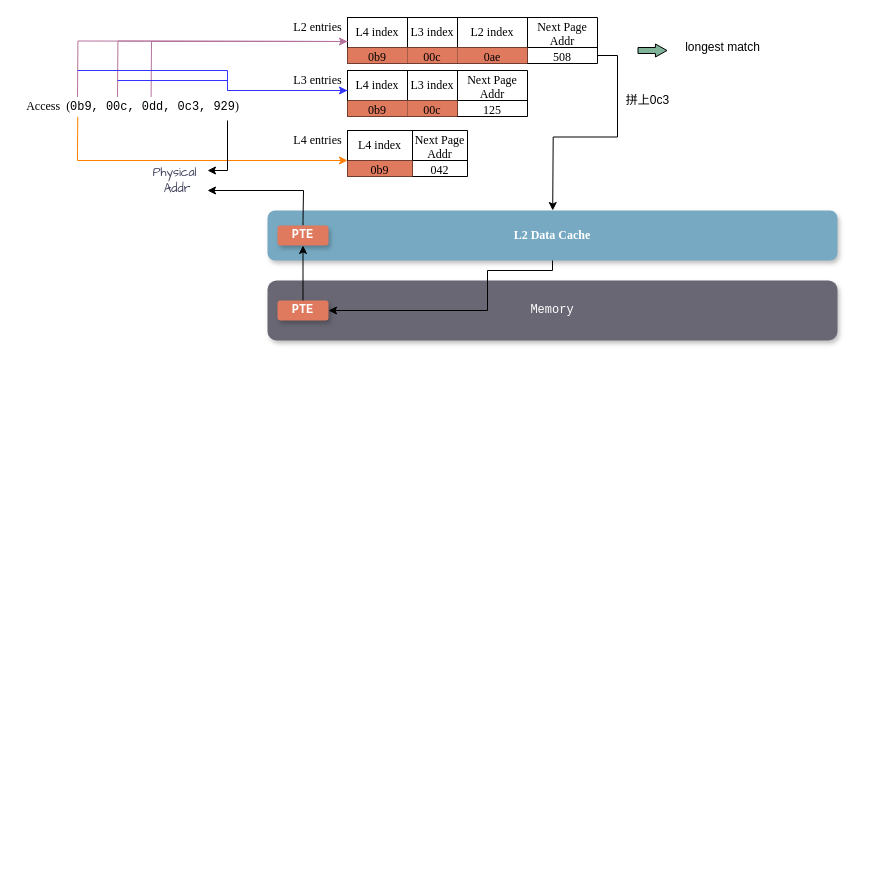
Earlier version of the draw.io diagram page "TranslationCache" (3 of 3) of paper Diagram.drawio (miaochenlu/Draw). Source tidied: cells renumbered, new cells numbered last; positions are measured from the earlier drawing's top-left corner, leaving out a move shared by most shapes. Both pictures are drawn from the tidied source at 100%, with x=0, y=0 at pixel (17, 17).
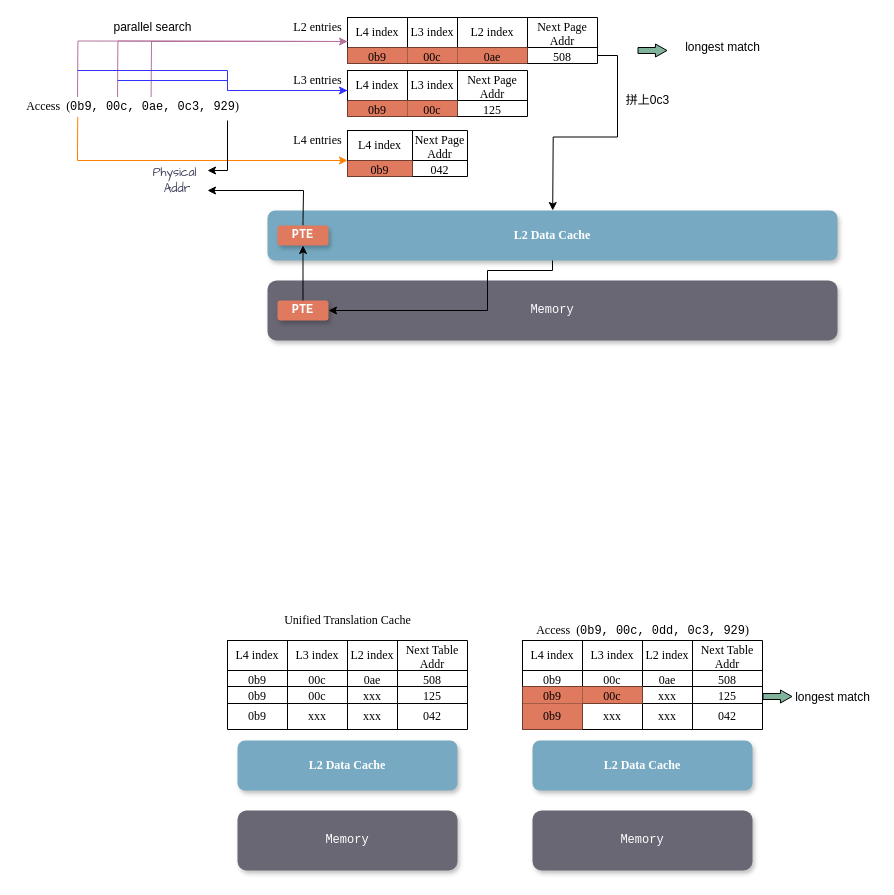
The same page after the edit.

Diff of the diagram source:
```diff
@@
-    <mxCell id="4" value="Access&amp;nbsp;&amp;nbsp;&lt;span style=&quot;font-size: 8.96638pt&quot;&gt;(&lt;/span&gt;&lt;span style=&quot;font-family: Courier; font-size: 8.96638pt; background-color: initial;&quot;&gt;0b9,&amp;nbsp;&lt;/span&gt;&lt;span style=&quot;font-family: Courier; font-size: 8.96638pt; background-color: initial;&quot;&gt;00c, 0dd, 0c3, 929&lt;/span&gt;&lt;span style=&quot;font-size: 8.96638pt&quot;&gt;)&lt;/span&gt;" style="text;html=1;align=center;verticalAlign=middle;points=[];strokeColor=none;fillColor=none;fontFamily=Times New Roman;" parent="1" vertex="1">
+    <mxCell id="4" value="Access&amp;nbsp;&amp;nbsp;&lt;span style=&quot;font-size: 8.96638pt&quot;&gt;(&lt;/span&gt;&lt;span style=&quot;font-family: Courier; font-size: 8.96638pt; background-color: initial;&quot;&gt;0b9,&amp;nbsp;&lt;/span&gt;&lt;span style=&quot;font-family: Courier; font-size: 8.96638pt; background-color: initial;&quot;&gt;00c, 0ae, 0c3, 929&lt;/span&gt;&lt;span style=&quot;font-size: 8.96638pt&quot;&gt;)&lt;/span&gt;" style="text;html=1;align=center;verticalAlign=middle;points=[];strokeColor=none;fillColor=none;fontFamily=Times New Roman;" parent="1" vertex="1">
       <mxGeometry y="79" width="230" height="20" as="geometry" />
     </mxCell>
@@
+    <mxCell id="52" value="parallel search" style="text;html=1;align=center;verticalAlign=middle;strokeColor=none;fillColor=none;fontColor=#000000;" parent="1" vertex="1">
+      <mxGeometry x="90" width="90" height="20" as="geometry" />
+    </mxCell>
+    <mxCell id="53" value="&lt;font color=&quot;#ffffff&quot;&gt;L2 Data Cache&lt;/font&gt;" style="rounded=1;whiteSpace=wrap;html=1;strokeColor=none;shadow=1;glass=0;comic=0;gradientColor=none;fillColor=#77aac2;fontFamily=Times New Roman;fontColor=#FFFFFF;fontStyle=1;" parent="1" vertex="1">
+      <mxGeometry x="220" y="723" width="220" height="50" as="geometry" />
+    </mxCell>
+    <mxCell id="54" style="shape=table;html=1;whiteSpace=wrap;startSize=0;childLayout=tableLayout;fontFamily=Times New Roman;" parent="1" vertex="1">
+      <mxGeometry x="210" y="623" width="240" height="89" as="geometry" />
+    </mxCell>
+    <mxCell id="55" style="shape=tableRow;horizontal=0;startSize=0;swimlaneHead=0;swimlaneBody=0;top=0;left=0;bottom=0;right=0;fillColor=none;fontFamily=Times New Roman;" parent="54" vertex="1">
+      <mxGeometry width="240" height="30" as="geometry" />
+    </mxCell>
+    <mxCell id="56" value="L4 index" style="shape=partialRectangle;html=1;whiteSpace=wrap;fillColor=none;top=0;left=0;bottom=0;right=0;overflow=hidden;fontFamily=Times New Roman;" parent="55" vertex="1">
+      <mxGeometry width="60" height="30" as="geometry" />
+    </mxCell>
+    <mxCell id="57" value="L3 index" style="shape=partialRectangle;html=1;whiteSpace=wrap;fillColor=none;top=0;left=0;bottom=0;right=0;overflow=hidden;fontFamily=Times New Roman;" parent="55" vertex="1">
+      <mxGeometry x="60" width="60" height="30" as="geometry" />
+    </mxCell>
+    <mxCell id="58" value="L2 index" style="shape=partialRectangle;html=1;whiteSpace=wrap;fillColor=none;top=0;left=0;bottom=0;right=0;overflow=hidden;fontFamily=Times New Roman;" parent="55" vertex="1">
+      <mxGeometry x="120" width="50" height="30" as="geometry" />
+    </mxCell>
+    <mxCell id="59" value="Next Table Addr" style="shape=partialRectangle;html=1;whiteSpace=wrap;fillColor=none;top=0;left=0;bottom=0;right=0;overflow=hidden;fontFamily=Times New Roman;" parent="55" vertex="1">
+      <mxGeometry x="170" width="70" height="30" as="geometry" />
+    </mxCell>
+    <mxCell id="60" style="shape=tableRow;horizontal=0;startSize=0;swimlaneHead=0;swimlaneBody=0;top=0;left=0;bottom=0;right=0;fillColor=none;fontFamily=Times New Roman;" parent="54" vertex="1">
+      <mxGeometry y="30" width="240" height="16" as="geometry" />
+    </mxCell>
+    <mxCell id="61" value="0b9" style="shape=partialRectangle;html=1;whiteSpace=wrap;fillColor=none;top=0;left=0;bottom=0;right=0;overflow=hidden;fontFamily=Times New Roman;" parent="60" vertex="1">
+      <mxGeometry width="60" height="16" as="geometry" />
+    </mxCell>
+    <mxCell id="62" value="00c" style="shape=partialRectangle;html=1;whiteSpace=wrap;fillColor=none;top=0;left=0;bottom=0;right=0;overflow=hidden;fontFamily=Times New Roman;" parent="60" vertex="1">
+      <mxGeometry x="60" width="60" height="16" as="geometry" />
+    </mxCell>
+    <mxCell id="63" value="0ae" style="shape=partialRectangle;html=1;whiteSpace=wrap;fillColor=none;top=0;left=0;bottom=0;right=0;overflow=hidden;fontFamily=Times New Roman;" parent="60" vertex="1">
+      <mxGeometry x="120" width="50" height="16" as="geometry" />
+    </mxCell>
+    <mxCell id="64" value="508" style="shape=partialRectangle;html=1;whiteSpace=wrap;fillColor=none;top=0;left=0;bottom=0;right=0;overflow=hidden;fontFamily=Times New Roman;" parent="60" vertex="1">
+      <mxGeometry x="170" width="70" height="16" as="geometry" />
+    </mxCell>
+    <mxCell id="65" style="shape=tableRow;horizontal=0;startSize=0;swimlaneHead=0;swimlaneBody=0;top=0;left=0;bottom=0;right=0;fillColor=none;fontFamily=Times New Roman;" parent="54" vertex="1">
+      <mxGeometry y="46" width="240" height="17" as="geometry" />
+    </mxCell>
+    <mxCell id="66" value="0b9" style="shape=partialRectangle;html=1;whiteSpace=wrap;fillColor=none;top=0;left=0;bottom=0;right=0;overflow=hidden;fontFamily=Times New Roman;" parent="65" vertex="1">
+      <mxGeometry width="60" height="17" as="geometry" />
+    </mxCell>
+    <mxCell id="67" value="00c" style="shape=partialRectangle;html=1;whiteSpace=wrap;fillColor=none;top=0;left=0;bottom=0;right=0;overflow=hidden;fontFamily=Times New Roman;" parent="65" vertex="1">
+      <mxGeometry x="60" width="60" height="17" as="geometry" />
+    </mxCell>
+    <mxCell id="68" value="xxx" style="shape=partialRectangle;html=1;whiteSpace=wrap;fillColor=none;top=0;left=0;bottom=0;right=0;overflow=hidden;fontFamily=Times New Roman;" parent="65" vertex="1">
+      <mxGeometry x="120" width="50" height="17" as="geometry" />
+    </mxCell>
+    <mxCell id="69" value="125" style="shape=partialRectangle;html=1;whiteSpace=wrap;fillColor=none;top=0;left=0;bottom=0;right=0;overflow=hidden;fontFamily=Times New Roman;" parent="65" vertex="1">
+      <mxGeometry x="170" width="70" height="17" as="geometry" />
+    </mxCell>
+    <mxCell id="70" style="shape=tableRow;horizontal=0;startSize=0;swimlaneHead=0;swimlaneBody=0;top=0;left=0;bottom=0;right=0;fillColor=none;fontFamily=Times New Roman;" parent="54" vertex="1">
+      <mxGeometry y="63" width="240" height="26" as="geometry" />
+    </mxCell>
+    <mxCell id="71" value="0b9" style="shape=partialRectangle;html=1;whiteSpace=wrap;fillColor=none;top=0;left=0;bottom=0;right=0;overflow=hidden;fontFamily=Times New Roman;" parent="70" vertex="1">
+      <mxGeometry width="60" height="26" as="geometry" />
+    </mxCell>
+    <mxCell id="72" value="xxx" style="shape=partialRectangle;html=1;whiteSpace=wrap;fillColor=none;top=0;left=0;bottom=0;right=0;overflow=hidden;fontFamily=Times New Roman;" parent="70" vertex="1">
+      <mxGeometry x="60" width="60" height="26" as="geometry" />
+    </mxCell>
+    <mxCell id="73" value="xxx" style="shape=partialRectangle;html=1;whiteSpace=wrap;fillColor=none;top=0;left=0;bottom=0;right=0;overflow=hidden;fontFamily=Times New Roman;" parent="70" vertex="1">
+      <mxGeometry x="120" width="50" height="26" as="geometry" />
+    </mxCell>
+    <mxCell id="74" value="042" style="shape=partialRectangle;html=1;whiteSpace=wrap;fillColor=none;top=0;left=0;bottom=0;right=0;overflow=hidden;fontFamily=Times New Roman;" parent="70" vertex="1">
+      <mxGeometry x="170" width="70" height="26" as="geometry" />
+    </mxCell>
+    <mxCell id="75" value="Unified Translation Cache" style="text;html=1;align=center;verticalAlign=middle;strokeColor=none;fillColor=none;fontFamily=Times New Roman;" parent="1" vertex="1">
+      <mxGeometry x="260" y="593" width="140" height="20" as="geometry" />
+    </mxCell>
+    <mxCell id="76" value="&lt;font color=&quot;#ffffff&quot;&gt;L2 Data Cache&lt;/font&gt;" style="rounded=1;whiteSpace=wrap;html=1;strokeColor=none;shadow=1;glass=0;comic=0;gradientColor=none;fillColor=#77aac2;fontFamily=Times New Roman;fontColor=#FFFFFF;fontStyle=1;" parent="1" vertex="1">
+      <mxGeometry x="515" y="723" width="220" height="50" as="geometry" />
+    </mxCell>
+    <mxCell id="77" style="shape=flexArrow;endArrow=classic;html=1;rounded=0;fontFamily=Times New Roman;width=6;endSize=3.52;endWidth=6;fillColor=#81B29A;" parent="1" edge="1">
+      <mxGeometry relative="1" as="geometry">
+        <mxPoint x="745" y="679" as="sourcePoint" />
+        <mxPoint x="775" y="679" as="targetPoint" />
+      </mxGeometry>
+    </mxCell>
+    <mxCell id="78" value="Memory" style="rounded=1;whiteSpace=wrap;html=1;fillColor=#696773;strokeColor=none;shadow=1;glass=0;comic=0;gradientColor=none;fontFamily=Courier New;fontColor=#FFFFFF;" parent="1" vertex="1">
+      <mxGeometry x="220" y="793" width="220" height="60" as="geometry" />
+    </mxCell>
+    <mxCell id="79" value="Memory" style="rounded=1;whiteSpace=wrap;html=1;fillColor=#696773;strokeColor=none;shadow=1;glass=0;comic=0;gradientColor=none;fontFamily=Courier New;fontColor=#FFFFFF;" parent="1" vertex="1">
+      <mxGeometry x="515" y="793" width="220" height="60" as="geometry" />
+    </mxCell>
+    <mxCell id="80" style="shape=table;html=1;whiteSpace=wrap;startSize=0;childLayout=tableLayout;fontFamily=Times New Roman;" parent="1" vertex="1">
+      <mxGeometry x="505" y="623" width="240" height="89" as="geometry" />
+    </mxCell>
+    <mxCell id="81" style="shape=tableRow;horizontal=0;startSize=0;swimlaneHead=0;swimlaneBody=0;top=0;left=0;bottom=0;right=0;fillColor=none;fontFamily=Times New Roman;" parent="80" vertex="1">
+      <mxGeometry width="240" height="30" as="geometry" />
+    </mxCell>
+    <mxCell id="82" value="L4 index" style="shape=partialRectangle;html=1;whiteSpace=wrap;fillColor=none;top=0;left=0;bottom=0;right=0;overflow=hidden;fontFamily=Times New Roman;" parent="81" vertex="1">
+      <mxGeometry width="60" height="30" as="geometry" />
+    </mxCell>
+    <mxCell id="83" value="L3 index" style="shape=partialRectangle;html=1;whiteSpace=wrap;fillColor=none;top=0;left=0;bottom=0;right=0;overflow=hidden;fontFamily=Times New Roman;" parent="81" vertex="1">
+      <mxGeometry x="60" width="60" height="30" as="geometry" />
+    </mxCell>
+    <mxCell id="84" value="L2 index" style="shape=partialRectangle;html=1;whiteSpace=wrap;fillColor=none;top=0;left=0;bottom=0;right=0;overflow=hidden;fontFamily=Times New Roman;" parent="81" vertex="1">
+      <mxGeometry x="120" width="50" height="30" as="geometry" />
+    </mxCell>
+    <mxCell id="85" value="Next Table Addr" style="shape=partialRectangle;html=1;whiteSpace=wrap;fillColor=none;top=0;left=0;bottom=0;right=0;overflow=hidden;fontFamily=Times New Roman;" parent="81" vertex="1">
+      <mxGeometry x="170" width="70" height="30" as="geometry" />
+    </mxCell>
+    <mxCell id="86" style="shape=tableRow;horizontal=0;startSize=0;swimlaneHead=0;swimlaneBody=0;top=0;left=0;bottom=0;right=0;fillColor=none;fontFamily=Times New Roman;" parent="80" vertex="1">
+      <mxGeometry y="30" width="240" height="16" as="geometry" />
+    </mxCell>
+    <mxCell id="87" value="0b9" style="shape=partialRectangle;html=1;whiteSpace=wrap;fillColor=none;top=0;left=0;bottom=0;right=0;overflow=hidden;fontFamily=Times New Roman;" parent="86" vertex="1">
+      <mxGeometry width="60" height="16" as="geometry" />
+    </mxCell>
+    <mxCell id="88" value="00c" style="shape=partialRectangle;html=1;whiteSpace=wrap;fillColor=none;top=0;left=0;bottom=0;right=0;overflow=hidden;fontFamily=Times New Roman;" parent="86" vertex="1">
+      <mxGeometry x="60" width="60" height="16" as="geometry" />
+    </mxCell>
+    <mxCell id="89" value="0ae" style="shape=partialRectangle;html=1;whiteSpace=wrap;fillColor=none;top=0;left=0;bottom=0;right=0;overflow=hidden;fontFamily=Times New Roman;" parent="86" vertex="1">
+      <mxGeometry x="120" width="50" height="16" as="geometry" />
+    </mxCell>
+    <mxCell id="90" value="508" style="shape=partialRectangle;html=1;whiteSpace=wrap;fillColor=none;top=0;left=0;bottom=0;right=0;overflow=hidden;fontFamily=Times New Roman;" parent="86" vertex="1">
+      <mxGeometry x="170" width="70" height="16" as="geometry" />
+    </mxCell>
+    <mxCell id="91" style="shape=tableRow;horizontal=0;startSize=0;swimlaneHead=0;swimlaneBody=0;top=0;left=0;bottom=0;right=0;fillColor=none;fontFamily=Times New Roman;" parent="80" vertex="1">
+      <mxGeometry y="46" width="240" height="17" as="geometry" />
+    </mxCell>
+    <mxCell id="92" value="0b9" style="shape=partialRectangle;html=1;whiteSpace=wrap;fillColor=#E07A5F;top=0;left=0;bottom=0;right=0;overflow=hidden;fontFamily=Times New Roman;" parent="91" vertex="1">
+      <mxGeometry width="60" height="17" as="geometry" />
+    </mxCell>
+    <mxCell id="93" value="00c" style="shape=partialRectangle;html=1;whiteSpace=wrap;fillColor=#E07A5F;top=0;left=0;bottom=0;right=0;overflow=hidden;fontFamily=Times New Roman;" parent="91" vertex="1">
+      <mxGeometry x="60" width="60" height="17" as="geometry" />
+    </mxCell>
+    <mxCell id="94" value="xxx" style="shape=partialRectangle;html=1;whiteSpace=wrap;fillColor=none;top=0;left=0;bottom=0;right=0;overflow=hidden;fontFamily=Times New Roman;" parent="91" vertex="1">
+      <mxGeometry x="120" width="50" height="17" as="geometry" />
+    </mxCell>
+    <mxCell id="95" value="125" style="shape=partialRectangle;html=1;whiteSpace=wrap;fillColor=none;top=0;left=0;bottom=0;right=0;overflow=hidden;fontFamily=Times New Roman;" parent="91" vertex="1">
+      <mxGeometry x="170" width="70" height="17" as="geometry" />
+    </mxCell>
+    <mxCell id="96" style="shape=tableRow;horizontal=0;startSize=0;swimlaneHead=0;swimlaneBody=0;top=0;left=0;bottom=0;right=0;fillColor=none;fontFamily=Times New Roman;" parent="80" vertex="1">
+      <mxGeometry y="63" width="240" height="26" as="geometry" />
+    </mxCell>
+    <mxCell id="97" value="0b9" style="shape=partialRectangle;html=1;whiteSpace=wrap;fillColor=#E07A5F;top=0;left=0;bottom=0;right=0;overflow=hidden;fontFamily=Times New Roman;strokeColor=#E07A5F;" parent="96" vertex="1">
+      <mxGeometry width="60" height="26" as="geometry" />
+    </mxCell>
+    <mxCell id="98" value="xxx" style="shape=partialRectangle;html=1;whiteSpace=wrap;fillColor=none;top=0;left=0;bottom=0;right=0;overflow=hidden;fontFamily=Times New Roman;" parent="96" vertex="1">
+      <mxGeometry x="60" width="60" height="26" as="geometry" />
+    </mxCell>
+    <mxCell id="99" value="xxx" style="shape=partialRectangle;html=1;whiteSpace=wrap;fillColor=none;top=0;left=0;bottom=0;right=0;overflow=hidden;fontFamily=Times New Roman;" parent="96" vertex="1">
+      <mxGeometry x="120" width="50" height="26" as="geometry" />
+    </mxCell>
+    <mxCell id="100" value="042" style="shape=partialRectangle;html=1;whiteSpace=wrap;fillColor=none;top=0;left=0;bottom=0;right=0;overflow=hidden;fontFamily=Times New Roman;" parent="96" vertex="1">
+      <mxGeometry x="170" width="70" height="26" as="geometry" />
+    </mxCell>
+    <mxCell id="101" value="longest match" style="text;html=1;align=center;verticalAlign=middle;strokeColor=none;fillColor=none;fontColor=#000000;" parent="1" vertex="1">
+      <mxGeometry x="770" y="670" width="90" height="20" as="geometry" />
+    </mxCell>
+    <mxCell id="102" value="Access&amp;nbsp;&amp;nbsp;&lt;span style=&quot;font-size: 8.96638pt&quot;&gt;(&lt;/span&gt;&lt;span style=&quot;font-family: Courier; font-size: 8.96638pt; background-color: initial;&quot;&gt;0b9,&amp;nbsp;&lt;/span&gt;&lt;span style=&quot;font-family: Courier; font-size: 8.96638pt; background-color: initial;&quot;&gt;00c, 0dd, 0c3, 929&lt;/span&gt;&lt;span style=&quot;font-size: 8.96638pt&quot;&gt;)&lt;/span&gt;" style="text;html=1;align=center;verticalAlign=middle;strokeColor=none;fillColor=none;fontFamily=Times New Roman;" parent="1" vertex="1">
+      <mxGeometry x="510" y="603" width="230" height="20" as="geometry" />
+    </mxCell>
```
